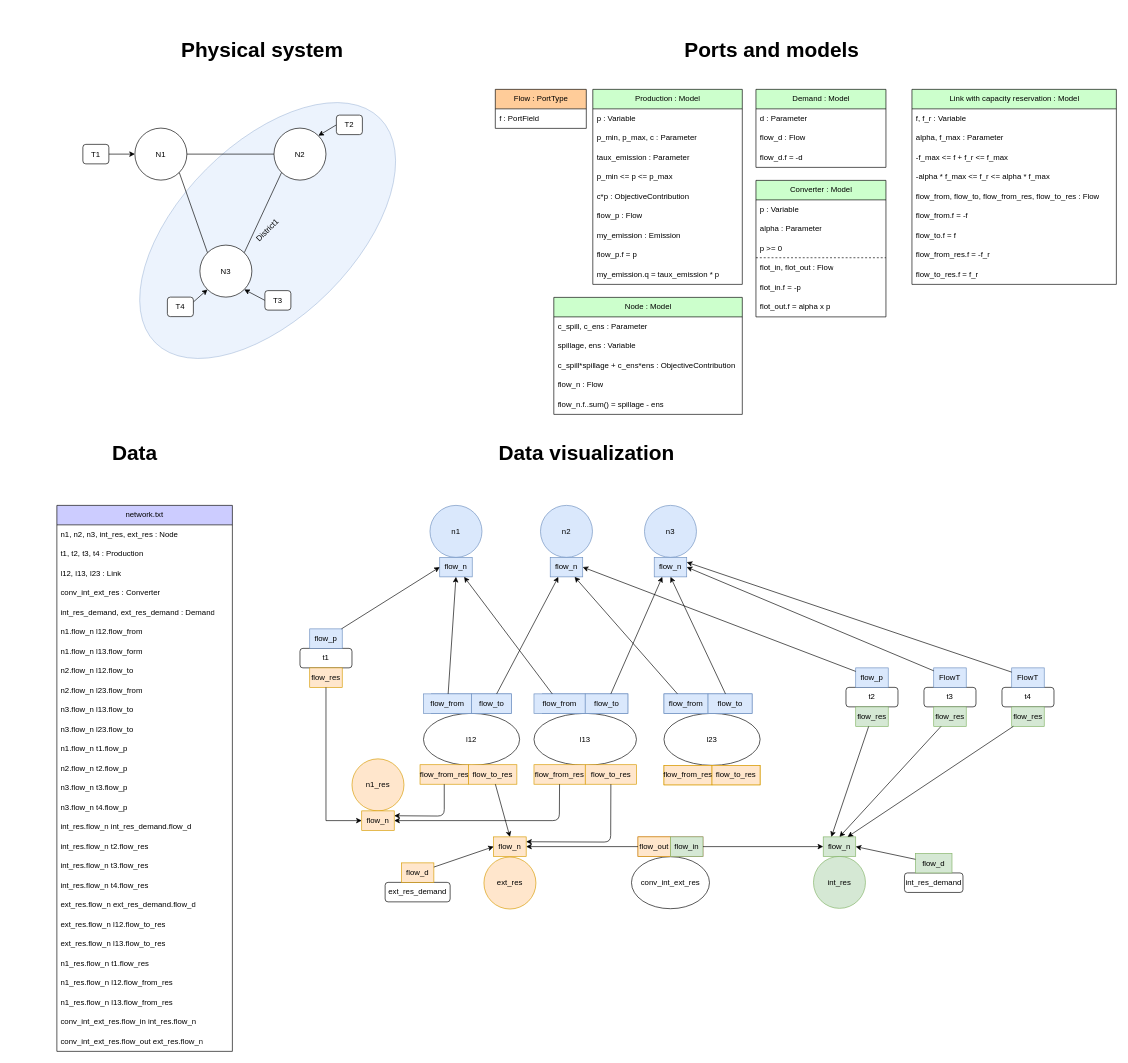
The draw.io diagram models-design/systems/reserve.drawio in AntaresSimulatorTeam/andromede-modeling-prototype, before the edit. Source tidied: cells renumbered, new cells numbered last; positions are measured from the earlier drawing's top-left corner, leaving out a move shared by most shapes. Both pictures are drawn from the tidied source at 65%, with x=0, y=0 at pixel (11, 11).
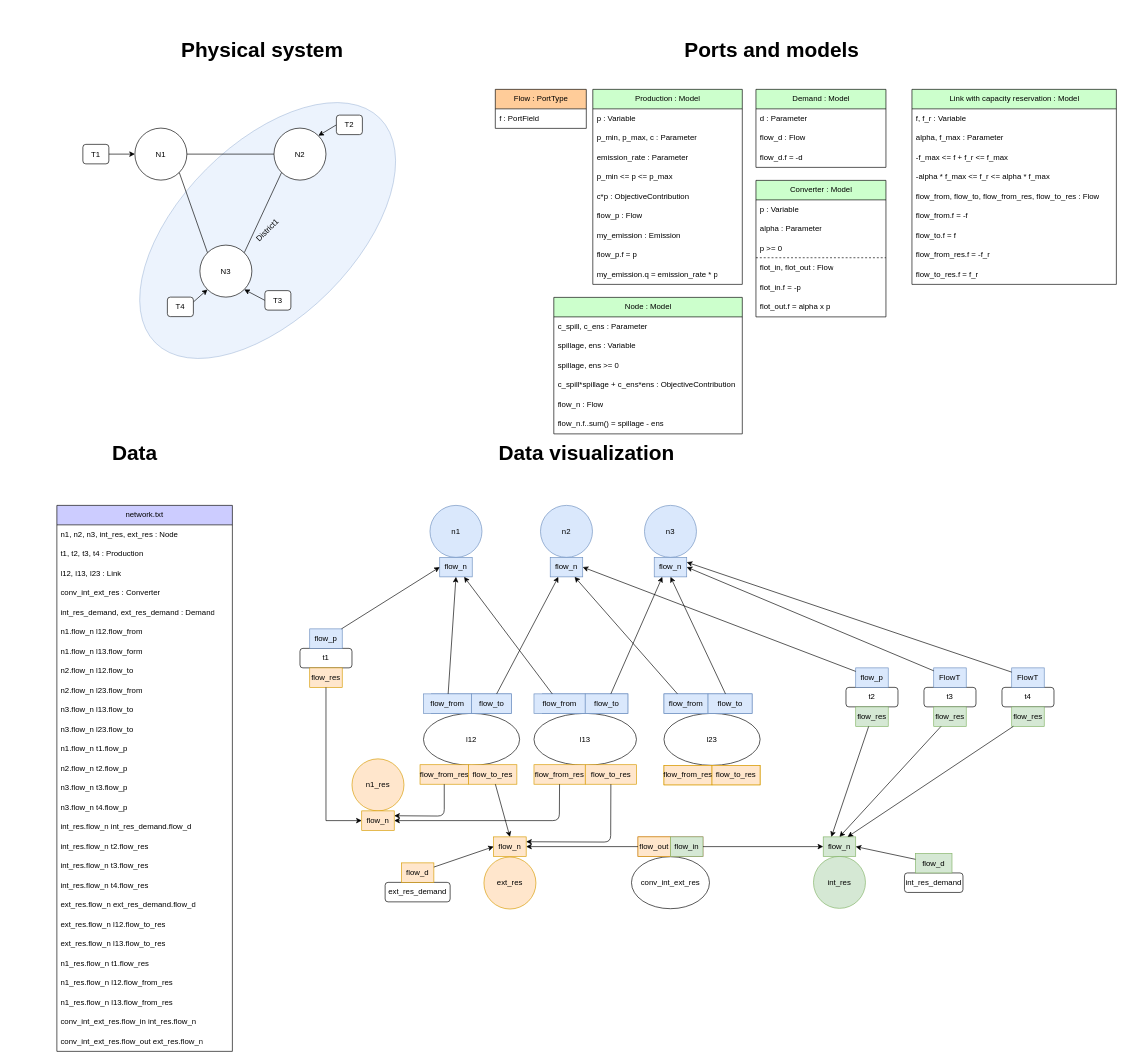
The same page after the edit.

Commit message (it also covers changes not shown here):
Specify ens,spill sign and translate emission rate

The change refers to these unchanged cells:
```xml
<mxCell id="167" value="Production : Model" style="swimlane;fontStyle=0;horizontal=1;startSize=30;whiteSpace=wrap;html=1;fillColor=#CCFFCC;fontColor=#000000;" parent="1" vertex="1">
  <mxGeometry x="894.5" y="120" width="230" height="300" as="geometry" />
</mxCell>
```

What changed in the source:
```diff
@@
-    <mxCell id="170" value="taux_emission : Parameter" style="text;strokeColor=none;fillColor=none;align=left;verticalAlign=middle;spacingLeft=4;spacingRight=4;overflow=hidden;whiteSpace=wrap;html=1;" parent="167" vertex="1">
+    <mxCell id="170" value="emission_rate : Parameter" style="text;strokeColor=none;fillColor=none;align=left;verticalAlign=middle;spacingLeft=4;spacingRight=4;overflow=hidden;whiteSpace=wrap;html=1;" parent="167" vertex="1">
       <mxGeometry y="90" width="230" height="30" as="geometry" />
     </mxCell>
@@
-    <mxCell id="176" value="my_emission.q = taux_emission * p" style="text;strokeColor=none;fillColor=none;align=left;verticalAlign=middle;spacingLeft=4;spacingRight=4;overflow=hidden;whiteSpace=wrap;html=1;" parent="167" vertex="1">
+    <mxCell id="176" value="my_emission.q = emission_rate * p" style="text;strokeColor=none;fillColor=none;align=left;verticalAlign=middle;spacingLeft=4;spacingRight=4;overflow=hidden;whiteSpace=wrap;html=1;" parent="167" vertex="1">
       <mxGeometry y="270" width="230" height="30" as="geometry" />
     </mxCell>
     <mxCell id="177" value="Node : Model" style="swimlane;fontStyle=0;horizontal=1;startSize=30;whiteSpace=wrap;html=1;fillColor=#CCFFCC;fontColor=#000000;" parent="1" vertex="1">
-      <mxGeometry x="834.5" y="440" width="290" height="180" as="geometry" />
+      <mxGeometry x="834.5" y="440" width="290" height="210" as="geometry" />
     </mxCell>
@@
+    <mxCell id="183" value="spillage, ens &amp;gt;= 0" style="text;strokeColor=none;fillColor=none;align=left;verticalAlign=middle;spacingLeft=4;spacingRight=4;overflow=hidden;whiteSpace=wrap;html=1;" parent="177" vertex="1">
+      <mxGeometry y="90" width="290" height="30" as="geometry" />
+    </mxCell>
     <mxCell id="180" value="c_spill*spillage + c_ens*ens : ObjectiveContribution" style="text;strokeColor=none;fillColor=none;align=left;verticalAlign=middle;spacingLeft=4;spacingRight=4;overflow=hidden;whiteSpace=wrap;html=1;" parent="177" vertex="1">
-      <mxGeometry y="90" width="290" height="30" as="geometry" />
+      <mxGeometry y="120" width="290" height="30" as="geometry" />
     </mxCell>
     <mxCell id="181" value="flow_n : Flow" style="text;strokeColor=none;fillColor=none;align=left;verticalAlign=middle;spacingLeft=4;spacingRight=4;overflow=hidden;whiteSpace=wrap;html=1;" parent="177" vertex="1">
-      <mxGeometry y="120" width="290" height="30" as="geometry" />
+      <mxGeometry y="150" width="290" height="30" as="geometry" />
     </mxCell>
     <mxCell id="182" value="flow_n.f..sum() = spillage - ens" style="text;strokeColor=none;fillColor=none;align=left;verticalAlign=middle;spacingLeft=4;spacingRight=4;overflow=hidden;whiteSpace=wrap;html=1;" parent="177" vertex="1">
-      <mxGeometry y="150" width="290" height="30" as="geometry" />
+      <mxGeometry y="180" width="290" height="30" as="geometry" />
     </mxCell>
```
